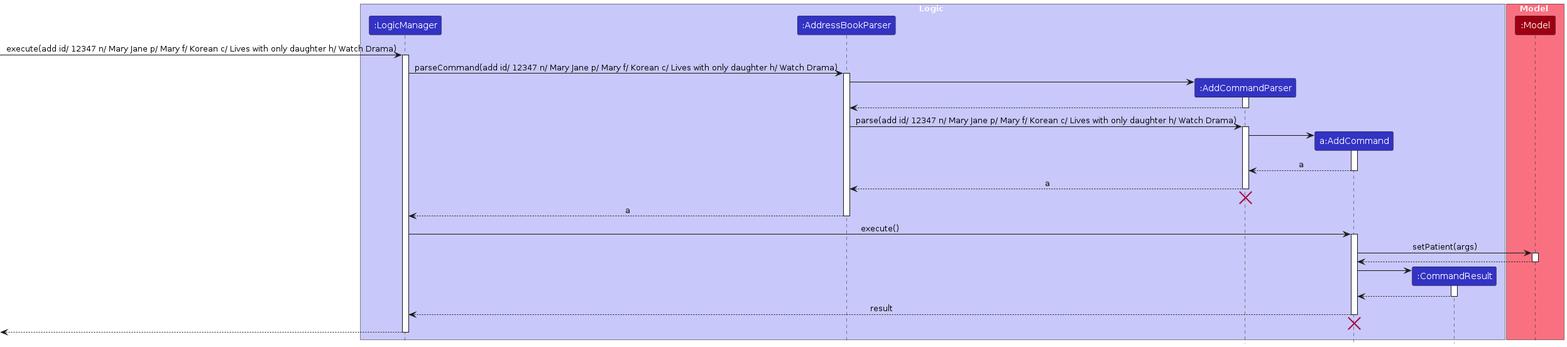
NeoHW/tp keeps this PlantUML diagram as diagrams/AddSequenceDiagram.png. Above is the earlier version. Its source is kept beside it as diagrams/AddSequenceDiagram.puml. The source it was exported from:
```plantuml
@startuml
!include style.puml
skinparam ArrowFontStyle plain

box Logic LOGIC_COLOR_T1
participant ":LogicManager" as LogicManager LOGIC_COLOR
participant ":AddressBookParser" as AddressBookParser LOGIC_COLOR
participant ":AddCommandParser" as AddCommandParser LOGIC_COLOR
participant "a:AddCommand" as AddCommand LOGIC_COLOR
participant ":CommandResult" as CommandResult LOGIC_COLOR
end box

box Model MODEL_COLOR_T1
participant ":Model" as Model MODEL_COLOR
end box

[-> LogicManager : execute(add id/ 12347 n/ Mary Jane p/ Mary f/ Korean c/ Lives with only daughter h/ Watch Drama)
activate LogicManager

LogicManager -> AddressBookParser : parseCommand(add id/ 12347 n/ Mary Jane p/ Mary f/ Korean c/ Lives with only daughter h/ Watch Drama)
activate AddressBookParser

create AddCommandParser
AddressBookParser -> AddCommandParser
activate AddCommandParser

AddCommandParser --> AddressBookParser
deactivate AddCommandParser

AddressBookParser -> AddCommandParser : parse(add id/ 12347 n/ Mary Jane p/ Mary f/ Korean c/ Lives with only daughter h/ Watch Drama)
activate AddCommandParser

Create AddCommand
AddCommandParser -> AddCommand
activate AddCommand

AddCommand --> AddCommandParser : a
deactivate AddCommand

AddCommandParser --> AddressBookParser : a
deactivate AddCommandParser
AddCommandParser -[hidden]-> AddressBookParser
destroy AddCommandParser

AddressBookParser --> LogicManager : a
deactivate AddressBookParser

LogicManager -> AddCommand : execute()
activate AddCommand

AddCommand -> Model : setPatient(args)
activate Model

Model --> AddCommand
deactivate Model

create CommandResult
AddCommand -> CommandResult
activate CommandResult

CommandResult --> AddCommand
deactivate CommandResult

AddCommand --> LogicManager : result
deactivate AddCommand

AddCommand -[hidden]-> AddressBookParser
destroy AddCommand

[<--LogicManager
deactivate LogicManager

@enduml
```
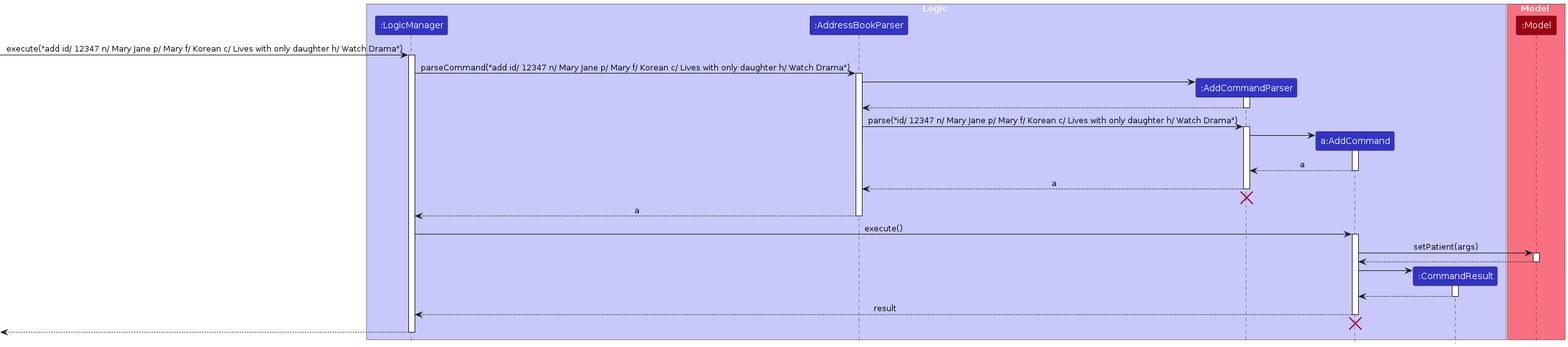
Later version of the same file.

Diff of the diagram source:
```diff
@@ -14,10 +14,10 @@
 participant ":Model" as Model MODEL_COLOR
 end box
 
-[-> LogicManager : execute(add id/ 12347 n/ Mary Jane p/ Mary f/ Korean c/ Lives with only daughter h/ Watch Drama)
+[-> LogicManager : execute("add id/ 12347 n/ Mary Jane p/ Mary f/ Korean c/ Lives with only daughter h/ Watch Drama")
 activate LogicManager
 
-LogicManager -> AddressBookParser : parseCommand(add id/ 12347 n/ Mary Jane p/ Mary f/ Korean c/ Lives with only daughter h/ Watch Drama)
+LogicManager -> AddressBookParser : parseCommand("add id/ 12347 n/ Mary Jane p/ Mary f/ Korean c/ Lives with only daughter h/ Watch Drama")
 activate AddressBookParser
 
 create AddCommandParser
@@ -27,7 +27,7 @@
 AddCommandParser --> AddressBookParser
 deactivate AddCommandParser
 
-AddressBookParser -> AddCommandParser : parse(add id/ 12347 n/ Mary Jane p/ Mary f/ Korean c/ Lives with only daughter h/ Watch Drama)
+AddressBookParser -> AddCommandParser : parse("id/ 12347 n/ Mary Jane p/ Mary f/ Korean c/ Lives with only daughter h/ Watch Drama")
 activate AddCommandParser
 
 Create AddCommand
```
